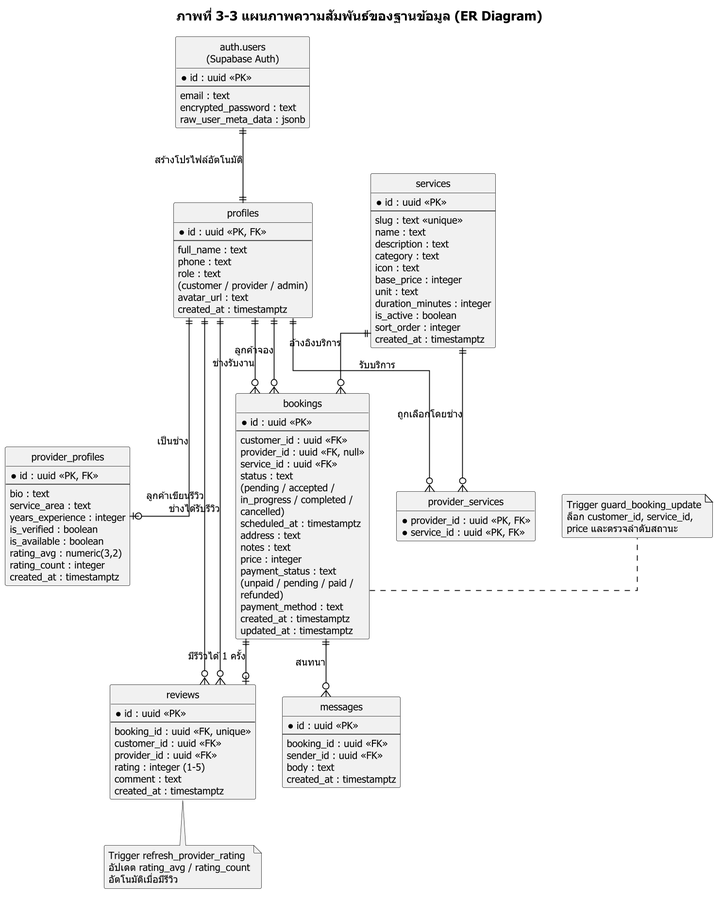
This is docs/diagrams/03-er.png from sarunyu-d-commits/Fasthelpservice, a PlantUML export, as it was before one commit.
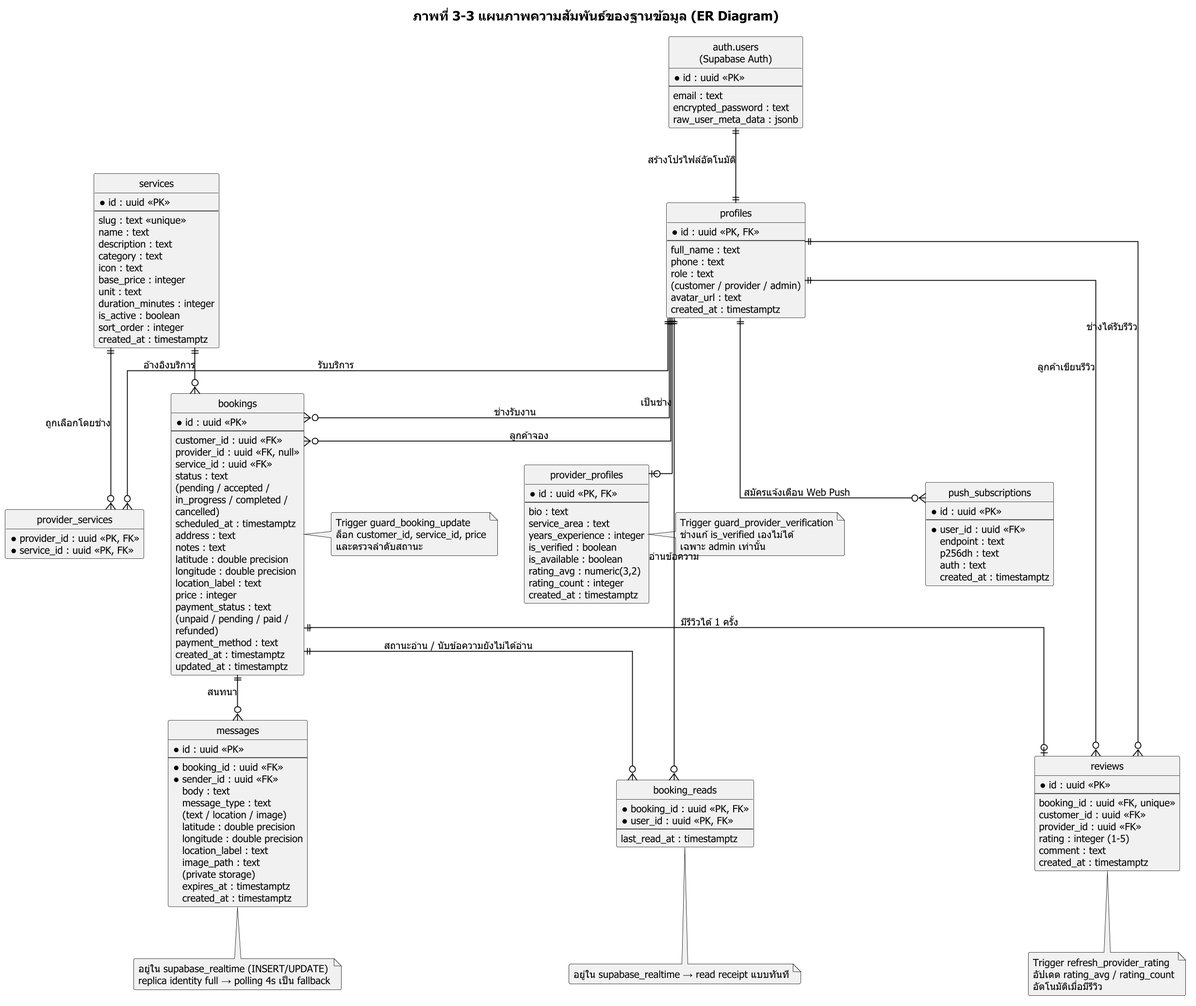
Later version of the same file.

Diff of the diagram source:
```diff
@@ -16,6 +16,8 @@
 skinparam entityBackgroundColor #FFFFFF
 skinparam entityBorderColor #000000
 skinparam entityFontColor #000000
+skinparam noteBackgroundColor #F7F7F7
+skinparam noteBorderColor #000000
 
 hide circle
 hide empty methods
@@ -82,6 +84,9 @@
   scheduled_at : timestamptz
   address : text
   notes : text
+  latitude : double precision
+  longitude : double precision
+  location_label : text
   price : integer
   payment_status : text\n(unpaid / pending / paid /\nrefunded)
   payment_method : text
@@ -92,9 +97,32 @@
 entity "messages" as messages {
   * id : uuid <<PK>>
   --
-  booking_id : uuid <<FK>>
-  sender_id : uuid <<FK>>
+  * booking_id : uuid <<FK>>
+  * sender_id : uuid <<FK>>
   body : text
+  message_type : text\n(text / location / image)
+  latitude : double precision
+  longitude : double precision
+  location_label : text
+  image_path : text\n(private storage)
+  expires_at : timestamptz
+  created_at : timestamptz
+}
+
+entity "booking_reads" as booking_reads {
+  * booking_id : uuid <<PK, FK>>
+  * user_id : uuid <<PK, FK>>
+  --
+  last_read_at : timestamptz
+}
+
+entity "push_subscriptions" as push_subscriptions {
+  * id : uuid <<PK>>
+  --
+  * user_id : uuid <<FK>>
+  endpoint : text
+  p256dh : text
+  auth : text
   created_at : timestamptz
 }
 
@@ -117,14 +145,32 @@
 profiles ||--o{ bookings : "ช่างรับงาน"
 services ||--o{ bookings : "อ้างอิงบริการ"
 bookings ||--o{ messages : "สนทนา"
+bookings ||--o{ booking_reads : "สถานะอ่าน / นับข้อความยังไม่ได้อ่าน"
+profiles ||--o{ booking_reads : "อ่านข้อความ"
+profiles ||--o{ push_subscriptions : "สมัครแจ้งเตือน Web Push"
 bookings ||--o| reviews : "มีรีวิวได้ 1 ครั้ง"
 profiles ||--o{ reviews : "ลูกค้าเขียนรีวิว"
 profiles ||--o{ reviews : "ช่างได้รับรีวิว"
 
 note right of bookings #F7F7F7
   Trigger guard_booking_update
-  ล็อก customer_id, service_id,
-  price และตรวจลำดับสถานะ
+  ล็อก customer_id, service_id, price
+  และตรวจลำดับสถานะ
+end note
+
+note right of provider_profiles #F7F7F7
+  Trigger guard_provider_verification
+  ช่างแก้ is_verified เองไม่ได้
+  เฉพาะ admin เท่านั้น
+end note
+
+note bottom of messages #F7F7F7
+  อยู่ใน supabase_realtime (INSERT/UPDATE)
+  replica identity full → polling 4s เป็น fallback
+end note
+
+note bottom of booking_reads #F7F7F7
+  อยู่ใน supabase_realtime → read receipt แบบทันที
 end note
 
 note bottom of reviews #F7F7F7
```
